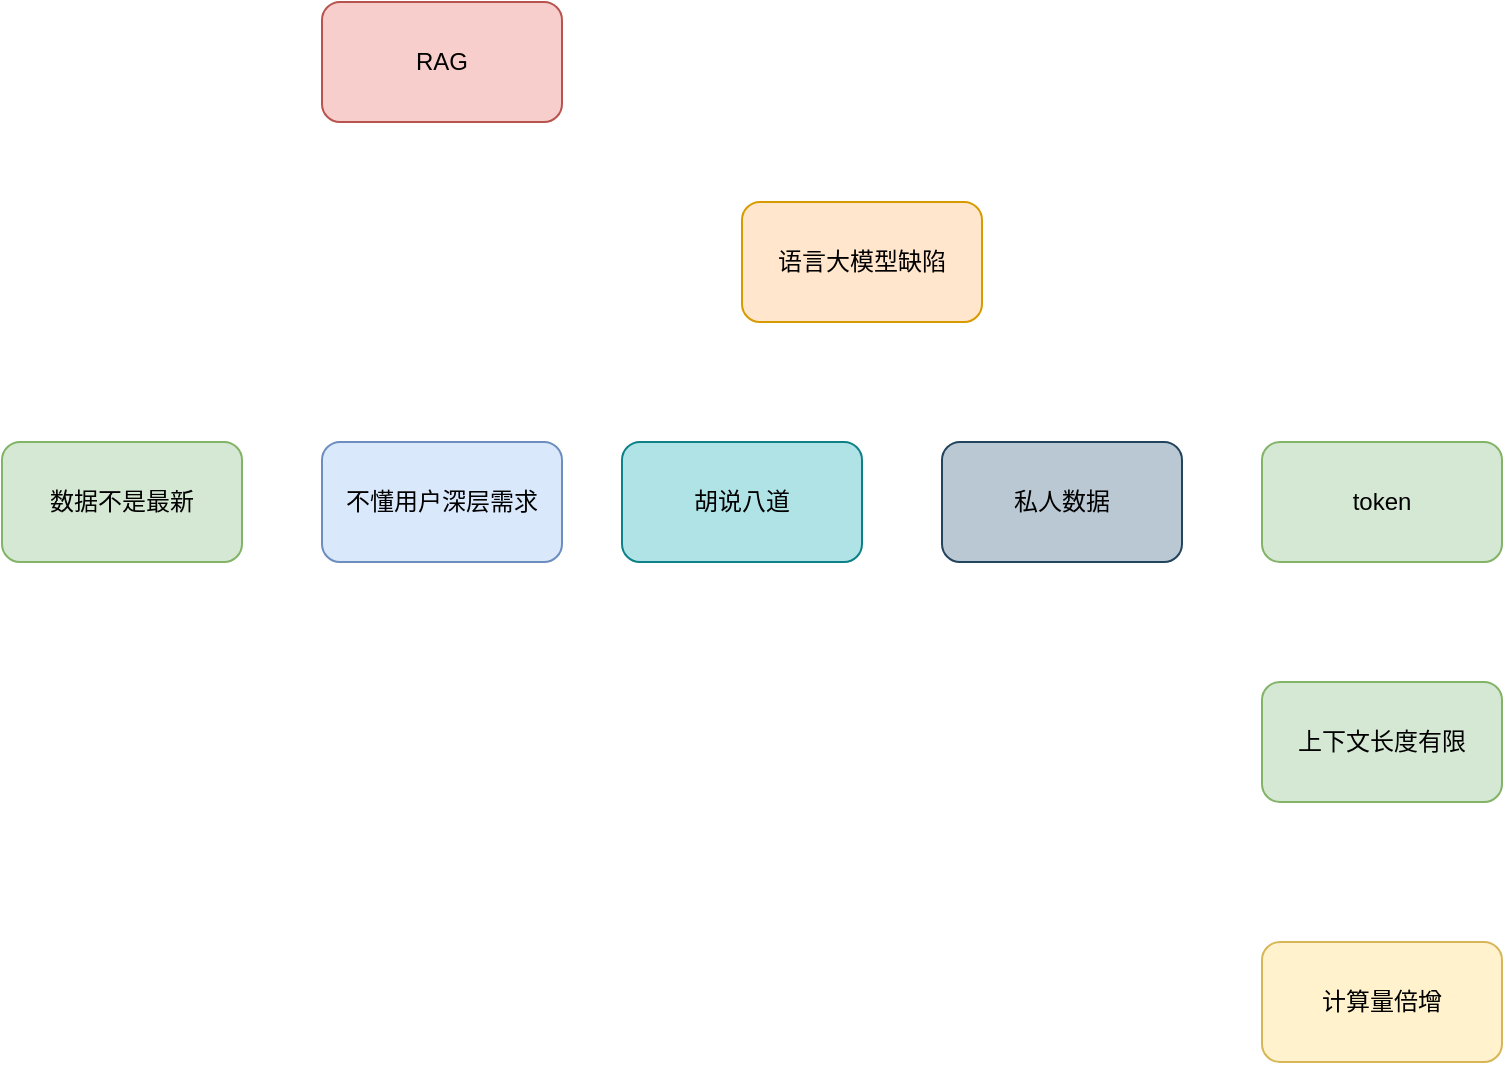
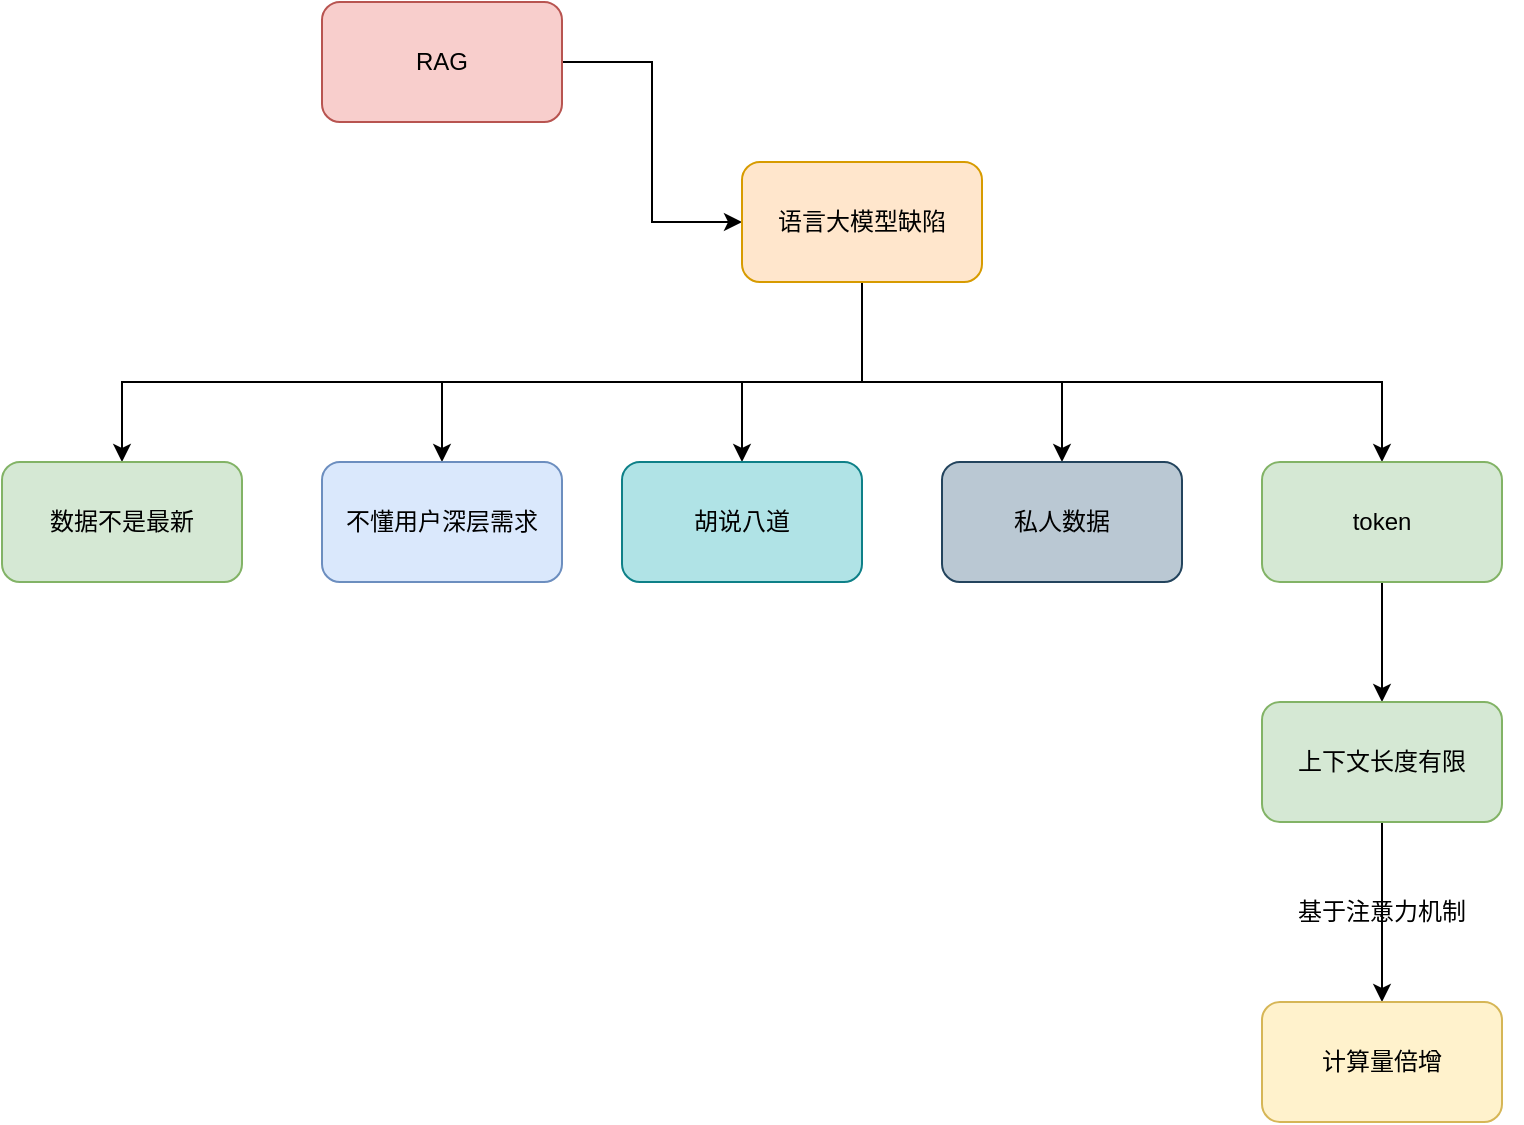
<mxfile host="app.diagrams.net">
  <diagram name="第 1 页" id="C1UXl3RI-0u5TosqB3D1">
-     <mxGraphModel dx="1030" dy="535" grid="1" gridSize="10" guides="1" tooltips="1" connect="1" arrows="1" fold="1" page="1" pageScale="1" pageWidth="827" pageHeight="1169" math="0" shadow="0">
+     <mxGraphModel dx="1030" dy="569" grid="1" gridSize="10" guides="1" tooltips="1" connect="1" arrows="1" fold="1" page="1" pageScale="1" pageWidth="827" pageHeight="1169" math="0" shadow="0">
      <root>
        <mxCell id="0" />
        <mxCell id="1" parent="0" />
+         <mxCell id="IXoJGQ1K-5Z_JoZ640mi-1" edge="1" parent="1" source="UQ7rByI2wm6I-29Dq2hl-1" style="edgeStyle=orthogonalEdgeStyle;rounded=0;orthogonalLoop=1;jettySize=auto;html=1;entryX=0;entryY=0.5;entryDx=0;entryDy=0;" target="UQ7rByI2wm6I-29Dq2hl-2">
+           <mxGeometry relative="1" as="geometry" />
+         </mxCell>
        <mxCell id="UQ7rByI2wm6I-29Dq2hl-1" parent="1" style="rounded=1;whiteSpace=wrap;html=1;fillColor=#f8cecc;strokeColor=#b85450;" value="RAG" vertex="1">
-           <mxGeometry height="60" width="120" x="160" y="60" as="geometry" />
+           <mxGeometry height="60" width="120" x="160" y="80" as="geometry" />
+         </mxCell>
+         <mxCell id="IXoJGQ1K-5Z_JoZ640mi-2" edge="1" parent="1" style="edgeStyle=orthogonalEdgeStyle;rounded=0;orthogonalLoop=1;jettySize=auto;html=1;entryX=0.5;entryY=0;entryDx=0;entryDy=0;" target="UQ7rByI2wm6I-29Dq2hl-3">
+           <mxGeometry relative="1" as="geometry">
+             <Array as="points">
+               <mxPoint x="430" y="270" />
+               <mxPoint x="60" y="270" />
+             </Array>
+             <mxPoint x="430" y="230" as="sourcePoint" />
+             <mxPoint x="60" y="290" as="targetPoint" />
+           </mxGeometry>
+         </mxCell>
+         <mxCell id="IXoJGQ1K-5Z_JoZ640mi-3" edge="1" parent="1" source="UQ7rByI2wm6I-29Dq2hl-2" style="edgeStyle=orthogonalEdgeStyle;rounded=0;orthogonalLoop=1;jettySize=auto;html=1;" target="UQ7rByI2wm6I-29Dq2hl-4">
+           <mxGeometry relative="1" as="geometry">
+             <Array as="points">
+               <mxPoint x="430" y="270" />
+               <mxPoint x="220" y="270" />
+             </Array>
+           </mxGeometry>
+         </mxCell>
+         <mxCell id="IXoJGQ1K-5Z_JoZ640mi-4" edge="1" parent="1" source="UQ7rByI2wm6I-29Dq2hl-2" style="edgeStyle=orthogonalEdgeStyle;rounded=0;orthogonalLoop=1;jettySize=auto;html=1;entryX=0.5;entryY=0;entryDx=0;entryDy=0;" target="UQ7rByI2wm6I-29Dq2hl-5">
+           <mxGeometry relative="1" as="geometry">
+             <Array as="points">
+               <mxPoint x="430" y="270" />
+               <mxPoint x="370" y="270" />
+             </Array>
+           </mxGeometry>
+         </mxCell>
+         <mxCell id="IXoJGQ1K-5Z_JoZ640mi-5" edge="1" parent="1" source="UQ7rByI2wm6I-29Dq2hl-2" style="edgeStyle=orthogonalEdgeStyle;rounded=0;orthogonalLoop=1;jettySize=auto;html=1;entryX=0.5;entryY=0;entryDx=0;entryDy=0;" target="UQ7rByI2wm6I-29Dq2hl-6">
+           <mxGeometry relative="1" as="geometry">
+             <Array as="points">
+               <mxPoint x="430" y="270" />
+               <mxPoint x="530" y="270" />
+             </Array>
+           </mxGeometry>
+         </mxCell>
+         <mxCell id="IXoJGQ1K-5Z_JoZ640mi-6" edge="1" parent="1" source="UQ7rByI2wm6I-29Dq2hl-2" style="edgeStyle=orthogonalEdgeStyle;rounded=0;orthogonalLoop=1;jettySize=auto;html=1;entryX=0.5;entryY=0;entryDx=0;entryDy=0;" target="UQ7rByI2wm6I-29Dq2hl-7">
+           <mxGeometry relative="1" as="geometry">
+             <Array as="points">
+               <mxPoint x="430" y="270" />
+               <mxPoint x="690" y="270" />
+             </Array>
+           </mxGeometry>
        </mxCell>
        <mxCell id="UQ7rByI2wm6I-29Dq2hl-2" parent="1" style="rounded=1;whiteSpace=wrap;html=1;fillColor=#ffe6cc;strokeColor=#d79b00;" value="语言大模型缺陷" vertex="1">
          <mxGeometry height="60" width="120" x="370" y="160" as="geometry" />
        </mxCell>
        <mxCell id="UQ7rByI2wm6I-29Dq2hl-3" parent="1" style="rounded=1;whiteSpace=wrap;html=1;fillColor=#d5e8d4;strokeColor=#82b366;" value="数据不是最新" vertex="1">
-           <mxGeometry height="60" width="120" y="280" as="geometry" />
+           <mxGeometry height="60" width="120" y="310" as="geometry" />
        </mxCell>
        <mxCell id="UQ7rByI2wm6I-29Dq2hl-4" parent="1" style="rounded=1;whiteSpace=wrap;html=1;fillColor=#dae8fc;strokeColor=#6c8ebf;" value="不懂用户深层需求" vertex="1">
-           <mxGeometry height="60" width="120" x="160" y="280" as="geometry" />
+           <mxGeometry height="60" width="120" x="160" y="310" as="geometry" />
        </mxCell>
        <mxCell id="UQ7rByI2wm6I-29Dq2hl-5" parent="1" style="rounded=1;whiteSpace=wrap;html=1;fillColor=#b0e3e6;strokeColor=#0e8088;" value="胡说八道" vertex="1">
-           <mxGeometry height="60" width="120" x="310" y="280" as="geometry" />
+           <mxGeometry height="60" width="120" x="310" y="310" as="geometry" />
        </mxCell>
        <mxCell id="UQ7rByI2wm6I-29Dq2hl-6" parent="1" style="rounded=1;whiteSpace=wrap;html=1;fillColor=#bac8d3;strokeColor=#23445d;" value="私人数据" vertex="1">
-           <mxGeometry height="60" width="120" x="470" y="280" as="geometry" />
+           <mxGeometry height="60" width="120" x="470" y="310" as="geometry" />
+         </mxCell>
+         <mxCell id="IXoJGQ1K-5Z_JoZ640mi-7" edge="1" parent="1" source="UQ7rByI2wm6I-29Dq2hl-7" style="edgeStyle=orthogonalEdgeStyle;rounded=0;orthogonalLoop=1;jettySize=auto;html=1;entryX=0.5;entryY=0;entryDx=0;entryDy=0;" target="UQ7rByI2wm6I-29Dq2hl-8">
+           <mxGeometry relative="1" as="geometry" />
        </mxCell>
        <mxCell id="UQ7rByI2wm6I-29Dq2hl-7" parent="1" style="rounded=1;whiteSpace=wrap;html=1;fillColor=#d5e8d4;strokeColor=#82b366;" value="token" vertex="1">
-           <mxGeometry height="60" width="120" x="630" y="280" as="geometry" />
+           <mxGeometry height="60" width="120" x="630" y="310" as="geometry" />
+         </mxCell>
+         <mxCell id="IXoJGQ1K-5Z_JoZ640mi-8" edge="1" parent="1" source="UQ7rByI2wm6I-29Dq2hl-8" style="edgeStyle=orthogonalEdgeStyle;rounded=0;orthogonalLoop=1;jettySize=auto;html=1;entryX=0.5;entryY=0;entryDx=0;entryDy=0;" target="UQ7rByI2wm6I-29Dq2hl-9">
+           <mxGeometry relative="1" as="geometry" />
        </mxCell>
        <mxCell id="UQ7rByI2wm6I-29Dq2hl-8" parent="1" style="rounded=1;whiteSpace=wrap;html=1;fillColor=#d5e8d4;strokeColor=#82b366;" value="上下文长度有限" vertex="1">
-           <mxGeometry height="60" width="120" x="630" y="400" as="geometry" />
+           <mxGeometry height="60" width="120" x="630" y="430" as="geometry" />
        </mxCell>
        <mxCell id="UQ7rByI2wm6I-29Dq2hl-9" parent="1" style="rounded=1;whiteSpace=wrap;html=1;fillColor=#fff2cc;strokeColor=#d6b656;" value="计算量倍增" vertex="1">
-           <mxGeometry height="60" width="120" x="630" y="530" as="geometry" />
+           <mxGeometry height="60" width="120" x="630" y="580" as="geometry" />
+         </mxCell>
+         <mxCell id="IXoJGQ1K-5Z_JoZ640mi-9" parent="1" style="text;html=1;whiteSpace=wrap;strokeColor=none;fillColor=none;align=center;verticalAlign=middle;rounded=0;" value="基于注意力机制" vertex="1">
+           <mxGeometry height="30" width="140" x="620" y="520" as="geometry" />
        </mxCell>
      </root>
    </mxGraphModel>
  </diagram>
</mxfile>
